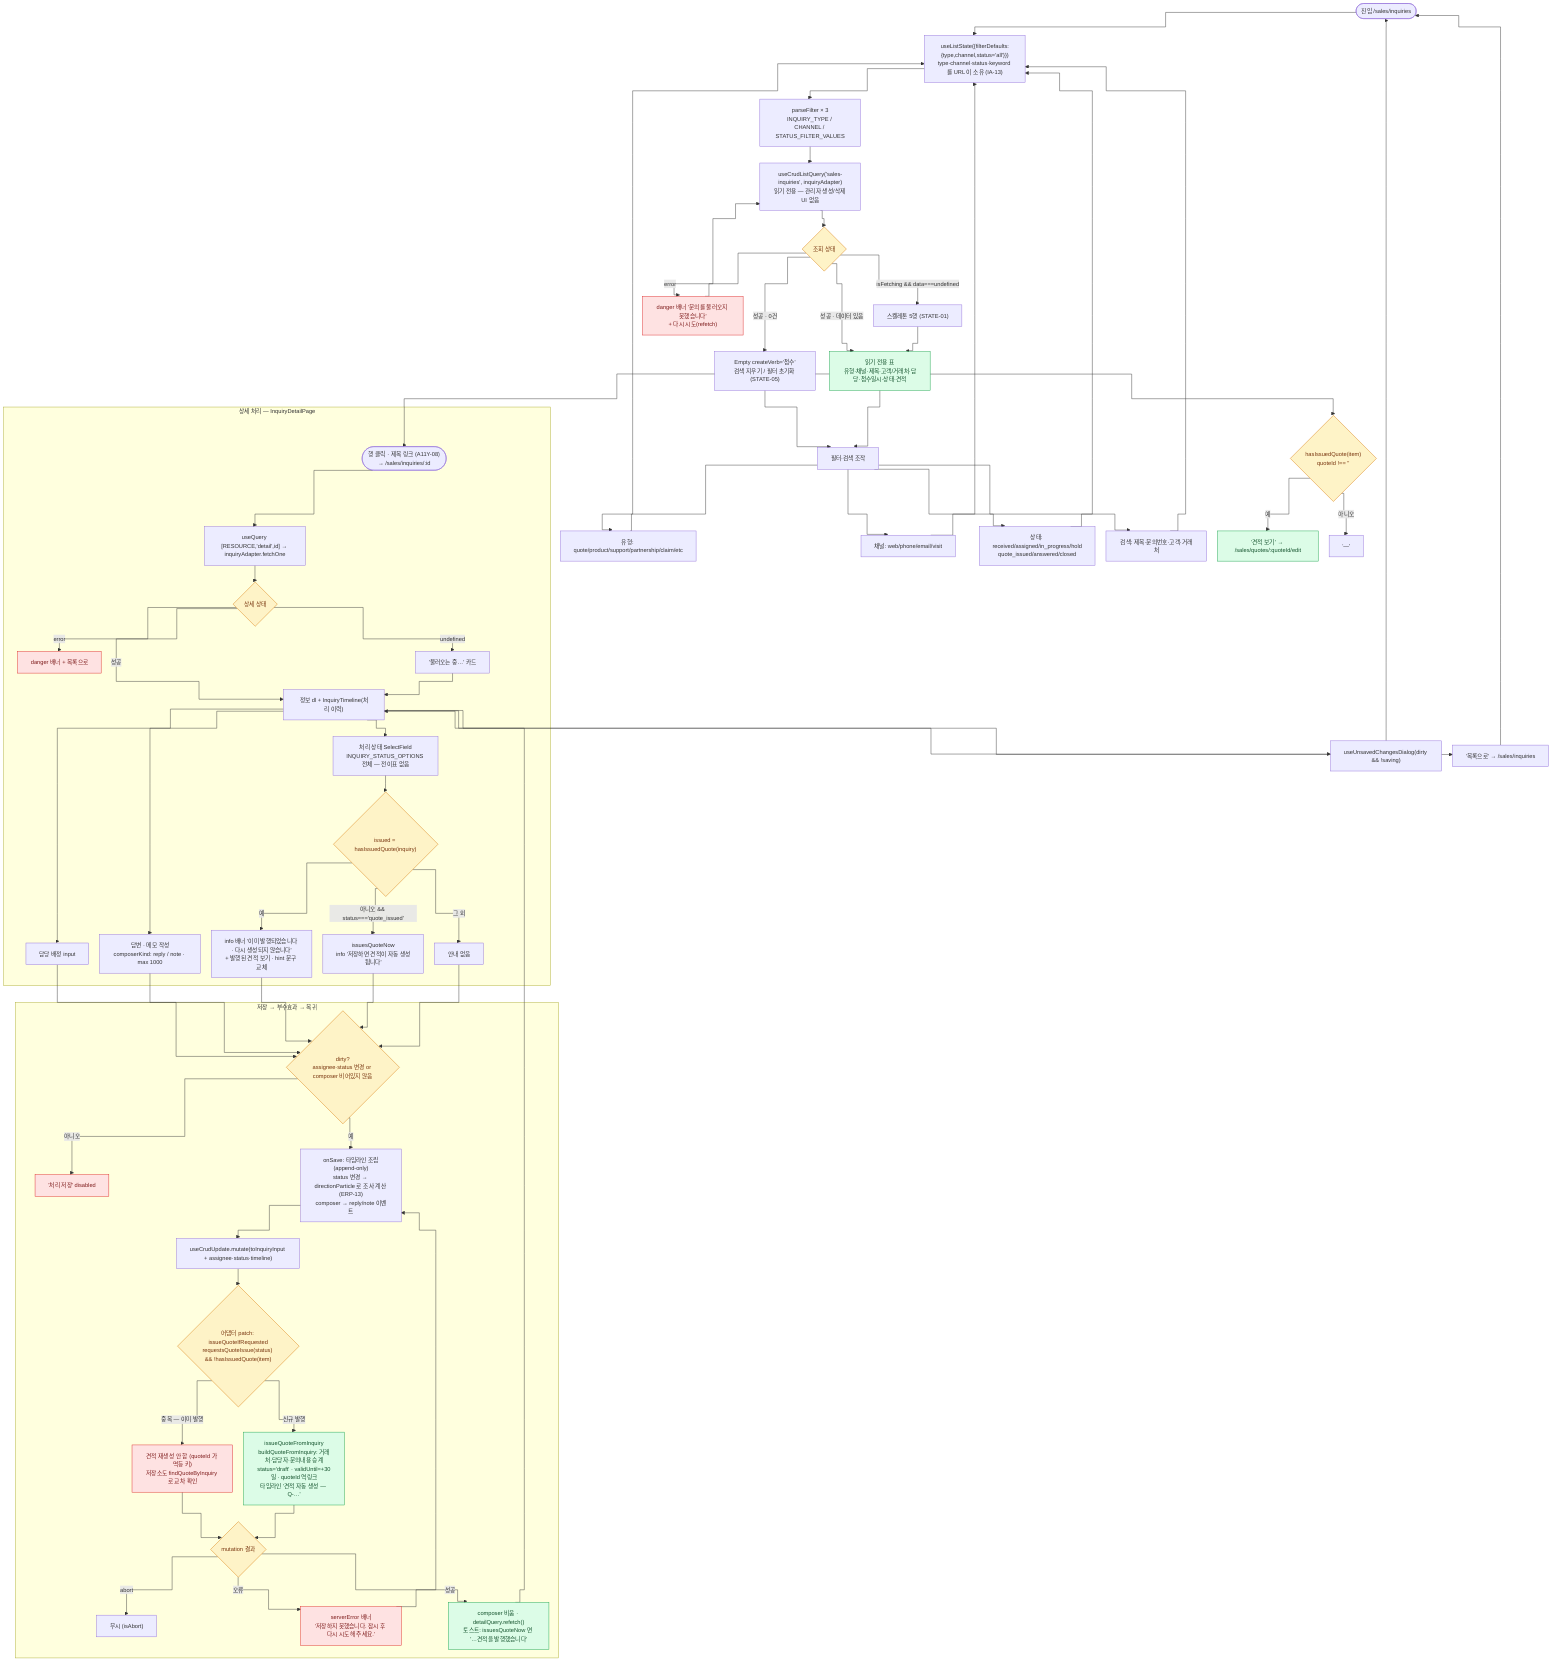
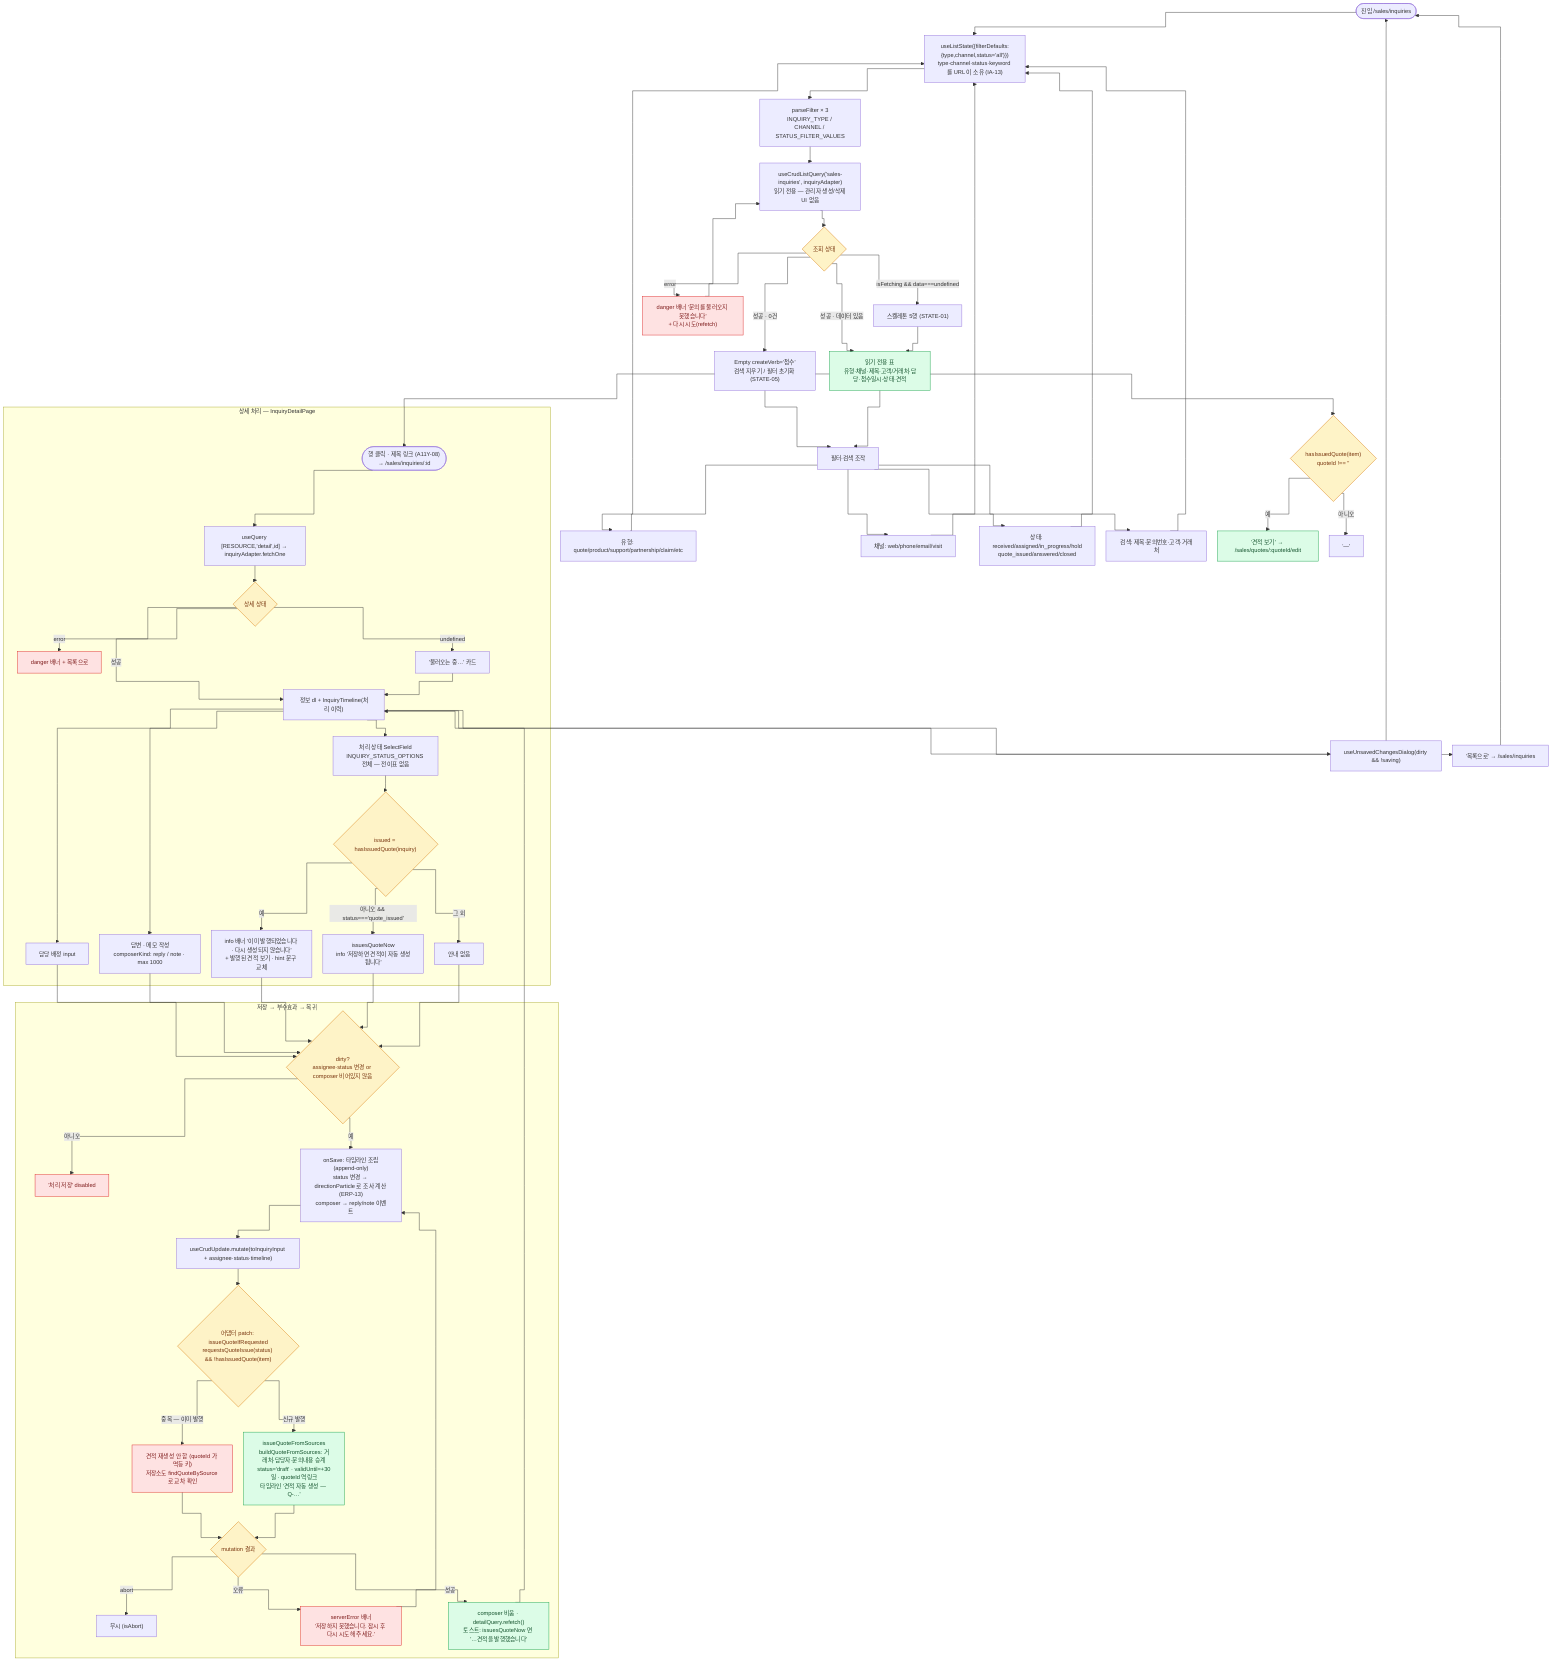
%% 문의 · /sales/inquiries
%%{init: {"flowchart": {"curve": "step", "nodeSpacing": 25, "rankSpacing": 38, "wrappingWidth": 170}, "themeVariables": {"fontSize": "13px"}} }%%
flowchart TD
  S(["진입 /sales/inquiries"]) --> URL["useListState({filterDefaults:{type,channel,status='all'}})<br/>type·channel·status·keyword 를 URL 이 소유 (IA-13)"]
  URL --> PF["parseFilter × 3<br/>INQUIRY_TYPE / CHANNEL / STATUS_FILTER_VALUES"]
  PF --> Q["useCrudListQuery('sales-inquiries', inquiryAdapter)<br/>읽기 전용 — 관리자 생성/삭제 UI 없음"]
  Q --> ST{"조회 상태"}

  ST -->|"isFetching && data===undefined"| L["스켈레톤 5행 (STATE-01)"]
  ST -->|"error"| E1["danger 배너 '문의를 불러오지 못했습니다'<br/>+ 다시 시도(refetch)"]
  ST -->|"성공 · 0건"| EMP["Empty createVerb='접수'<br/>검색 지우기 / 필터 초기화 (STATE-05)"]
  ST -->|"성공 · 데이터 있음"| OK1["읽기 전용 표<br/>유형·채널·제목·고객/거래처·담당·접수일시·상태·견적"]

  E1 --> Q
  L --> OK1
  EMP --> F
  OK1 --> F["필터·검색 조작"]
  F --> F1["유형: quote/product/support/partnership/claim/etc"]
  F --> F2["채널: web/phone/email/visit"]
  F --> F3["상태: received/assigned/in_progress/hold<br/>quote_issued/answered/closed"]
  F --> F4["검색: 제목·문의번호·고객·거래처"]
  F1 --> URL
  F2 --> URL
  F3 --> URL
  F4 --> URL

  OK1 --> LNK{"hasIssuedQuote(item)<br/>quoteId !== ''"}
  LNK -->|"예"| LK1["'견적 보기' → /sales/quotes/:quoteId/edit"]
  LNK -->|"아니오"| LK2["'—'"]

  OK1 --> DET(["행 클릭 · 제목 링크 (A11Y-08)<br/>→ /sales/inquiries/:id"])

  SUB1 ~~~ SUB2

  subgraph SUB1["상세 처리 — InquiryDetailPage"]
    DET --> DQ["useQuery [RESOURCE,'detail',id] → inquiryAdapter.fetchOne"]
    DQ --> DS{"상세 상태"}
    DS -->|"error"| DE["danger 배너 + 목록으로"]
    DS -->|"undefined"| DL["'불러오는 중…' 카드"]
    DS -->|"성공"| DV["정보 dl + InquiryTimeline(처리 이력)"]
    DL --> DV
    DV --> W1["담당 배정 input"]
    DV --> W2["처리 상태 SelectField<br/>INQUIRY_STATUS_OPTIONS 전체 — 전이표 없음"]
    DV --> W3["답변 · 메모 작성<br/>composerKind: reply / note · max 1000"]
    W2 --> IQ{"issued = hasIssuedQuote(inquiry)"}
    IQ -->|"예"| IQ1["info 배너 '이미 발행되었습니다 · 다시 생성되지 않습니다'<br/>+ 발행된 견적 보기 · hint 문구 교체"]
    IQ -->|"아니오 && status==='quote_issued'"| IQ2["issuesQuoteNow<br/>info '저장하면 견적이 자동 생성됩니다'"]
    IQ -->|"그 외"| IQ3["안내 없음"]
  end

  subgraph SUB2["저장 → 부수효과 → 복귀"]
    W1 --> DIRTY{"dirty?<br/>assignee·status 변경 or composer 비어있지 않음"}
    W3 --> DIRTY
    IQ1 --> DIRTY
    IQ2 --> DIRTY
    IQ3 --> DIRTY
    DIRTY -->|"아니오"| DIS["'처리 저장' disabled"]
    DIRTY -->|"예"| SV["onSave: 타임라인 조립(append-only)<br/>status 변경 → directionParticle 로 조사 계산 (ERP-13)<br/>composer → reply/note 이벤트"]
    SV --> MU["useCrudUpdate.mutate(toInquiryInput + assignee·status·timeline)"]
    MU --> PATCH{"어댑터 patch: issueQuoteIfRequested<br/>requestsQuoteIssue(status) && !hasIssuedQuote(item)"}
-     PATCH -->|"중복 — 이미 발행"| PX["견적 재생성 안 함 (quoteId 가 멱등 키)<br/>저장소도 findQuoteByInquiry 로 교차 확인"]
-     PATCH -->|"신규 발행"| PY["issueQuoteFromInquiry<br/>buildQuoteFromInquiry: 거래처·담당자·문의내용 승계<br/>status='draft' · validUntil=+30일 · quoteId 역링크<br/>타임라인 '견적 자동 생성 — Q-…'"]
+     PATCH -->|"중복 — 이미 발행"| PX["견적 재생성 안 함 (quoteId 가 멱등 키)<br/>저장소도 findQuoteBySource 로 교차 확인"]
+     PATCH -->|"신규 발행"| PY["issueQuoteFromSources<br/>buildQuoteFromSources: 거래처·담당자·문의내용 승계<br/>status='draft' · validUntil=+30일 · quoteId 역링크<br/>타임라인 '견적 자동 생성 — Q-…'"]
    PX --> MR{"mutation 결과"}
    PY --> MR
    MR -->|"abort"| ABT["무시 (isAbort)"]
    MR -->|"오류"| SE["serverError 배너<br/>'저장하지 못했습니다. 잠시 후 다시 시도해 주세요.'"]
    MR -->|"성공"| MOK["composer 비움 · detailQuery.refetch()<br/>토스트: issuesQuoteNow 면 '…견적을 발행했습니다'"]
    SE --> SV
    MOK --> DV
  end

  DV --> UNS["useUnsavedChangesDialog(dirty && !saving)"]
  DV --> BK["'목록으로' → /sales/inquiries"]
  UNS --> S
  BK --> S

  classDef gate fill:#fef3c7,stroke:#d97706,color:#78350f
  classDef err fill:#fee2e2,stroke:#dc2626,color:#7f1d1d
  classDef ok fill:#dcfce7,stroke:#16a34a,color:#14532d

  class ST,LNK,DS,IQ,DIRTY,PATCH,MR gate
  class E1,DE,DIS,SE,PX err
  class OK1,MOK,LK1,PY ok
